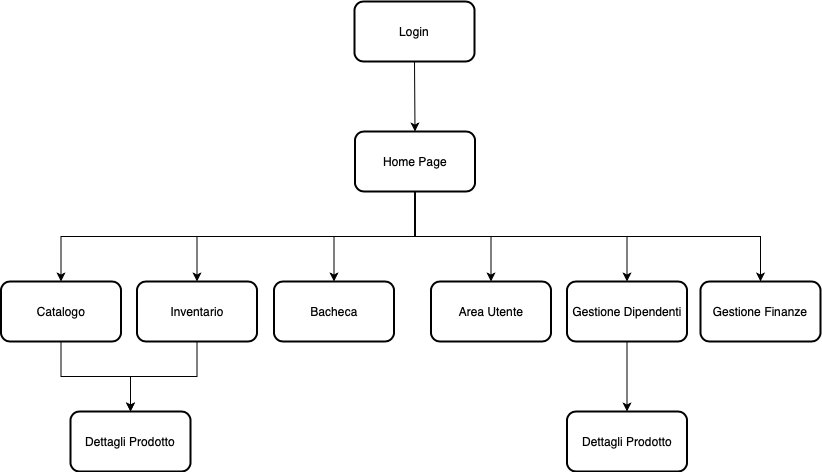
Carmineh/IT-Manager keeps this draw.io diagram as Diagrammi/Diagramma Navigazione.png. Above is the earlier version. Source tidied: cells renumbered, new cells last; positions are measured from the earlier drawing's top-left corner, leaving out a move shared by most shapes. Source of this version:
```xml
<mxGraphModel>
  <root>
    <mxCell id="0" />
    <mxCell id="1" parent="0" />
    <mxCell id="2" value="Login" style="rounded=1;whiteSpace=wrap;html=1;strokeWidth=2;" parent="1" vertex="1">
      <mxGeometry x="354" width="120" height="60" as="geometry" />
    </mxCell>
    <mxCell id="3" style="edgeStyle=orthogonalEdgeStyle;rounded=0;jettySize=auto;html=1;entryX=0.5;entryY=0;entryDx=0;entryDy=0;" parent="1" edge="1" source="9" target="11">
      <mxGeometry relative="1" as="geometry">
        <Array as="points">
          <mxPoint x="415" y="235" />
          <mxPoint x="61" y="235" />
        </Array>
      </mxGeometry>
    </mxCell>
    <mxCell id="4" style="edgeStyle=orthogonalEdgeStyle;rounded=0;jettySize=auto;html=1;exitX=0.5;exitY=1;exitDx=0;exitDy=0;entryX=0.5;entryY=0;entryDx=0;entryDy=0;" parent="1" edge="1" source="9" target="14">
      <mxGeometry relative="1" as="geometry" />
    </mxCell>
    <mxCell id="5" style="edgeStyle=orthogonalEdgeStyle;rounded=0;jettySize=auto;html=1;exitX=0.5;exitY=1;exitDx=0;exitDy=0;" parent="1" edge="1" source="9" target="19">
      <mxGeometry relative="1" as="geometry" />
    </mxCell>
    <mxCell id="6" style="edgeStyle=orthogonalEdgeStyle;rounded=0;jettySize=auto;html=1;exitX=0.5;exitY=1;exitDx=0;exitDy=0;entryX=0.5;entryY=0;entryDx=0;entryDy=0;" parent="1" edge="1" source="9" target="18">
      <mxGeometry relative="1" as="geometry" />
    </mxCell>
    <mxCell id="7" style="edgeStyle=orthogonalEdgeStyle;rounded=0;jettySize=auto;html=1;exitX=0.5;exitY=1;exitDx=0;exitDy=0;" parent="1" edge="1" source="9" target="17">
      <mxGeometry relative="1" as="geometry" />
    </mxCell>
    <mxCell id="8" style="edgeStyle=orthogonalEdgeStyle;rounded=0;jettySize=auto;html=1;exitX=0.5;exitY=1;exitDx=0;exitDy=0;" parent="1" edge="1" source="9" target="12">
      <mxGeometry relative="1" as="geometry" />
    </mxCell>
    <mxCell id="9" value="Home Page" style="rounded=1;whiteSpace=wrap;html=1;strokeWidth=2;" parent="1" vertex="1">
      <mxGeometry x="354.5" y="130" width="120" height="60" as="geometry" />
    </mxCell>
    <mxCell id="10" style="edgeStyle=orthogonalEdgeStyle;rounded=0;jettySize=auto;html=1;exitX=0.5;exitY=1;exitDx=0;exitDy=0;" parent="1" edge="1" source="11" target="15">
      <mxGeometry relative="1" as="geometry" />
    </mxCell>
    <mxCell id="11" value="Catalogo" style="rounded=1;whiteSpace=wrap;html=1;strokeWidth=2;" parent="1" vertex="1">
      <mxGeometry x="0.5" y="280" width="120" height="60" as="geometry" />
    </mxCell>
    <mxCell id="12" value="Area Utente" style="rounded=1;whiteSpace=wrap;html=1;strokeWidth=2;" parent="1" vertex="1">
      <mxGeometry x="430.5" y="280" width="120" height="60" as="geometry" />
    </mxCell>
    <mxCell id="13" style="edgeStyle=orthogonalEdgeStyle;rounded=0;jettySize=auto;html=1;exitX=0.5;exitY=1;exitDx=0;exitDy=0;entryX=0.5;entryY=0;entryDx=0;entryDy=0;" parent="1" edge="1" source="14" target="15">
      <mxGeometry relative="1" as="geometry" />
    </mxCell>
    <mxCell id="14" value="Inventario" style="rounded=1;whiteSpace=wrap;html=1;strokeWidth=2;" parent="1" vertex="1">
      <mxGeometry x="136.5" y="280" width="120" height="60" as="geometry" />
    </mxCell>
    <mxCell id="15" value="Dettagli Prodotto" style="rounded=1;whiteSpace=wrap;html=1;strokeWidth=2;" parent="1" vertex="1">
      <mxGeometry x="70" y="410" width="120" height="60" as="geometry" />
    </mxCell>
    <mxCell id="16" style="edgeStyle=orthogonalEdgeStyle;rounded=0;jettySize=auto;html=1;exitX=0.5;exitY=1;exitDx=0;exitDy=0;entryX=0.5;entryY=0;entryDx=0;entryDy=0;" parent="1" edge="1" source="17" target="21">
      <mxGeometry relative="1" as="geometry" />
    </mxCell>
    <mxCell id="17" value="Gestione Dipendenti" style="rounded=1;whiteSpace=wrap;html=1;strokeWidth=2;" parent="1" vertex="1">
      <mxGeometry x="566.5" y="280" width="120" height="60" as="geometry" />
    </mxCell>
    <mxCell id="18" value="Gestione Finanze" style="rounded=1;whiteSpace=wrap;html=1;strokeWidth=2;" parent="1" vertex="1">
      <mxGeometry x="700" y="280" width="120" height="60" as="geometry" />
    </mxCell>
    <mxCell id="19" value="Bacheca" style="rounded=1;whiteSpace=wrap;html=1;strokeWidth=2;" parent="1" vertex="1">
      <mxGeometry x="273.5" y="280" width="120" height="60" as="geometry" />
    </mxCell>
    <mxCell id="20" style="endArrow=classic;html=1;exitX=0.5;exitY=1;exitDx=0;exitDy=0;entryX=0.5;entryY=0;entryDx=0;entryDy=0;" parent="1" edge="1" source="2" target="9">
      <mxGeometry relative="1" as="geometry" />
    </mxCell>
    <mxCell id="21" value="Dettagli Prodotto" style="rounded=1;whiteSpace=wrap;html=1;strokeWidth=2;" parent="1" vertex="1">
      <mxGeometry x="566.5" y="410" width="120" height="60" as="geometry" />
    </mxCell>
  </root>
</mxGraphModel>
```
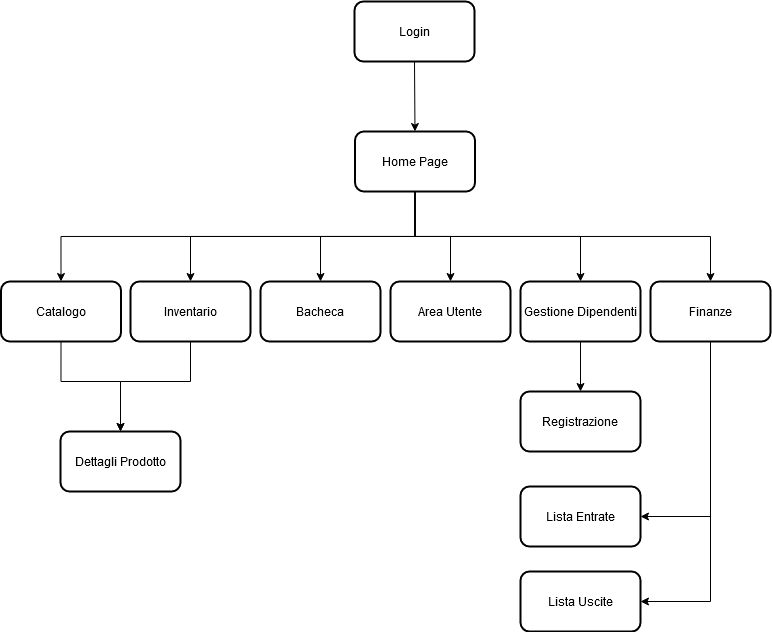
After the change.

Diff of the diagram source:
```diff
@@ -32,40 +32,70 @@
       <mxGeometry x="354.5" y="130" width="120" height="60" as="geometry" />
     </mxCell>
     <mxCell id="10" style="edgeStyle=orthogonalEdgeStyle;rounded=0;jettySize=auto;html=1;exitX=0.5;exitY=1;exitDx=0;exitDy=0;" parent="1" edge="1" source="11" target="15">
-      <mxGeometry relative="1" as="geometry" />
+      <mxGeometry relative="1" as="geometry">
+        <Array as="points">
+          <mxPoint x="60" y="380" />
+          <mxPoint x="120" y="380" />
+        </Array>
+      </mxGeometry>
     </mxCell>
     <mxCell id="11" value="Catalogo" style="rounded=1;whiteSpace=wrap;html=1;strokeWidth=2;" parent="1" vertex="1">
       <mxGeometry x="0.5" y="280" width="120" height="60" as="geometry" />
     </mxCell>
     <mxCell id="12" value="Area Utente" style="rounded=1;whiteSpace=wrap;html=1;strokeWidth=2;" parent="1" vertex="1">
-      <mxGeometry x="430.5" y="280" width="120" height="60" as="geometry" />
+      <mxGeometry x="390" y="280" width="120" height="60" as="geometry" />
     </mxCell>
     <mxCell id="13" style="edgeStyle=orthogonalEdgeStyle;rounded=0;jettySize=auto;html=1;exitX=0.5;exitY=1;exitDx=0;exitDy=0;entryX=0.5;entryY=0;entryDx=0;entryDy=0;" parent="1" edge="1" source="14" target="15">
-      <mxGeometry relative="1" as="geometry" />
+      <mxGeometry relative="1" as="geometry">
+        <Array as="points">
+          <mxPoint x="190" y="380" />
+          <mxPoint x="120" y="380" />
+        </Array>
+      </mxGeometry>
     </mxCell>
     <mxCell id="14" value="Inventario" style="rounded=1;whiteSpace=wrap;html=1;strokeWidth=2;" parent="1" vertex="1">
-      <mxGeometry x="136.5" y="280" width="120" height="60" as="geometry" />
+      <mxGeometry x="130" y="280" width="120" height="60" as="geometry" />
     </mxCell>
     <mxCell id="15" value="Dettagli Prodotto" style="rounded=1;whiteSpace=wrap;html=1;strokeWidth=2;" parent="1" vertex="1">
-      <mxGeometry x="70" y="410" width="120" height="60" as="geometry" />
+      <mxGeometry x="60" y="430" width="120" height="60" as="geometry" />
     </mxCell>
     <mxCell id="16" style="edgeStyle=orthogonalEdgeStyle;rounded=0;jettySize=auto;html=1;exitX=0.5;exitY=1;exitDx=0;exitDy=0;entryX=0.5;entryY=0;entryDx=0;entryDy=0;" parent="1" edge="1" source="17" target="21">
       <mxGeometry relative="1" as="geometry" />
     </mxCell>
     <mxCell id="17" value="Gestione Dipendenti" style="rounded=1;whiteSpace=wrap;html=1;strokeWidth=2;" parent="1" vertex="1">
-      <mxGeometry x="566.5" y="280" width="120" height="60" as="geometry" />
+      <mxGeometry x="520" y="280" width="120" height="60" as="geometry" />
     </mxCell>
+    <mxCell id="22" style="edgeStyle=orthogonalEdgeStyle;rounded=0;jettySize=auto;html=1;entryX=1;entryY=0.5;entryDx=0;entryDy=0;" parent="1" edge="1" source="18" target="24">
+      <mxGeometry relative="1" as="geometry">
+        <Array as="points">
+          <mxPoint x="710" y="515" />
+        </Array>
+      </mxGeometry>
+    </mxCell>
+    <mxCell id="23" style="edgeStyle=orthogonalEdgeStyle;rounded=0;jettySize=auto;html=1;entryX=1;entryY=0.5;entryDx=0;entryDy=0;" parent="1" edge="1" source="18" target="25">
+      <mxGeometry relative="1" as="geometry">
+        <Array as="points">
+          <mxPoint x="710" y="600" />
+        </Array>
+      </mxGeometry>
+    </mxCell>
-    <mxCell id="18" value="Gestione Finanze" style="rounded=1;whiteSpace=wrap;html=1;strokeWidth=2;" parent="1" vertex="1">
-      <mxGeometry x="700" y="280" width="120" height="60" as="geometry" />
+    <mxCell id="18" value="Finanze" style="rounded=1;whiteSpace=wrap;html=1;strokeWidth=2;" parent="1" vertex="1">
+      <mxGeometry x="650" y="280" width="120" height="60" as="geometry" />
     </mxCell>
     <mxCell id="19" value="Bacheca" style="rounded=1;whiteSpace=wrap;html=1;strokeWidth=2;" parent="1" vertex="1">
-      <mxGeometry x="273.5" y="280" width="120" height="60" as="geometry" />
+      <mxGeometry x="260" y="280" width="120" height="60" as="geometry" />
     </mxCell>
     <mxCell id="20" style="endArrow=classic;html=1;exitX=0.5;exitY=1;exitDx=0;exitDy=0;entryX=0.5;entryY=0;entryDx=0;entryDy=0;" parent="1" edge="1" source="2" target="9">
       <mxGeometry relative="1" as="geometry" />
     </mxCell>
-    <mxCell id="21" value="Dettagli Prodotto" style="rounded=1;whiteSpace=wrap;html=1;strokeWidth=2;" parent="1" vertex="1">
-      <mxGeometry x="566.5" y="410" width="120" height="60" as="geometry" />
+    <mxCell id="21" value="Registrazione" style="rounded=1;whiteSpace=wrap;html=1;strokeWidth=2;" parent="1" vertex="1">
+      <mxGeometry x="520" y="390" width="120" height="60" as="geometry" />
     </mxCell>
+    <mxCell id="24" value="Lista Entrate" style="rounded=1;whiteSpace=wrap;html=1;strokeWidth=2;" parent="1" vertex="1">
+      <mxGeometry x="520" y="485" width="120" height="60" as="geometry" />
+    </mxCell>
+    <mxCell id="25" value="Lista Uscite" style="rounded=1;whiteSpace=wrap;html=1;strokeWidth=2;" parent="1" vertex="1">
+      <mxGeometry x="520" y="570" width="120" height="60" as="geometry" />
+    </mxCell>
   </root>
 </mxGraphModel>
```
